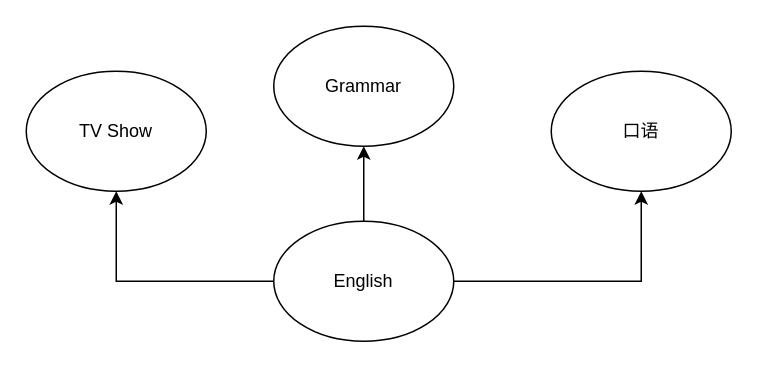
Before: page "english" (3 of 5) of knowledge-tree.drawio in quboqin/drawio, a draw.io diagram. Source tidied: cells renumbered, new cells numbered last; positions are measured from the earlier drawing's top-left corner, leaving out a move shared by most shapes. Both pictures are drawn from the tidied source at 150%, with x=0, y=0 at pixel (26, 26).
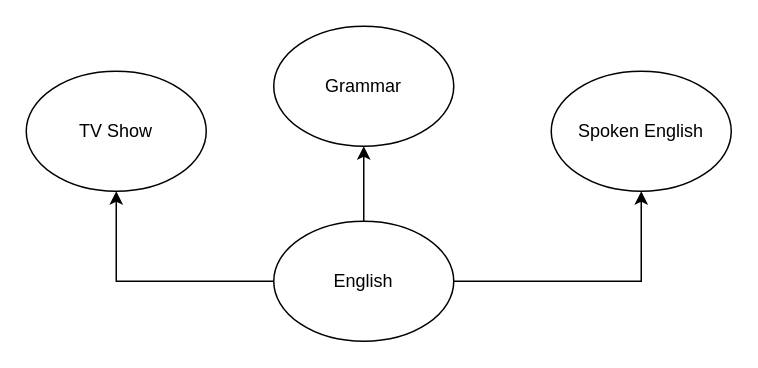
After the change.

Change to the diagram source:
```diff
@@
 <mxGraphModel>
   <root>
     <mxCell id="0" />
     <mxCell id="1" parent="0" />
     <mxCell id="2" style="edgeStyle=orthogonalEdgeStyle;rounded=0;jettySize=auto;html=1;exitX=0.5;exitY=0;exitDx=0;exitDy=0;entryX=0.5;entryY=1;entryDx=0;entryDy=0;" parent="1" edge="1" source="5" target="7">
       <mxGeometry relative="1" as="geometry" />
     </mxCell>
     <mxCell id="3" style="edgeStyle=orthogonalEdgeStyle;rounded=0;jettySize=auto;html=1;" parent="1" edge="1" source="5" target="6">
       <mxGeometry relative="1" as="geometry" />
     </mxCell>
     <mxCell id="4" style="edgeStyle=orthogonalEdgeStyle;rounded=0;jettySize=auto;html=1;" parent="1" edge="1" source="5" target="8">
       <mxGeometry relative="1" as="geometry" />
     </mxCell>
     <mxCell id="5" value="English" style="ellipse;whiteSpace=wrap;html=1;" parent="1" vertex="1">
       <mxGeometry x="165" y="130" width="120" height="80" as="geometry" />
     </mxCell>
     <mxCell id="6" value="TV Show" style="ellipse;whiteSpace=wrap;html=1;" parent="1" vertex="1">
       <mxGeometry y="30" width="120" height="80" as="geometry" />
     </mxCell>
     <mxCell id="7" value="Grammar" style="ellipse;whiteSpace=wrap;html=1;" parent="1" vertex="1">
       <mxGeometry x="165" width="120" height="80" as="geometry" />
     </mxCell>
-    <mxCell id="8" value="口语" style="ellipse;whiteSpace=wrap;html=1;" parent="1" vertex="1">
+    <mxCell id="8" value="Spoken English" style="ellipse;whiteSpace=wrap;html=1;" parent="1" vertex="1">
       <mxGeometry x="350" y="30" width="120" height="80" as="geometry" />
     </mxCell>
   </root>
 </mxGraphModel>
```
